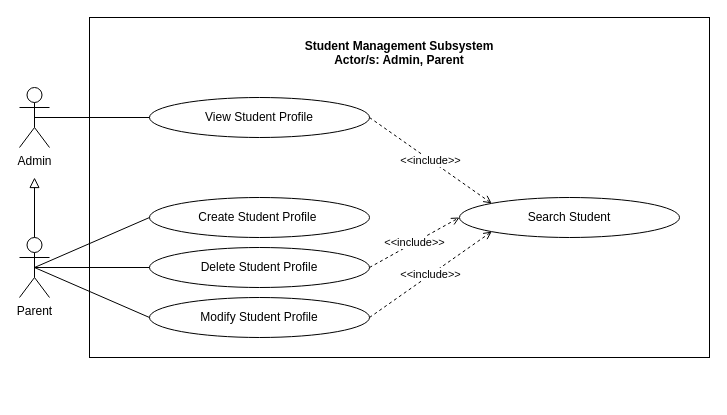
Earlier version of the draw.io diagram page "SMS" (1 of 10) of REVISIONS/UML-DIAGRAMS/6-28-2021/USE CASE/use case.drawio (mrklglsn/CAPSTONE-FILES). Source tidied: cells renumbered, new cells numbered last; positions are measured from the earlier drawing's top-left corner, leaving out a move shared by most shapes. Both pictures are drawn from the tidied source at 100%, with x=0, y=0 at pixel (19, 17).
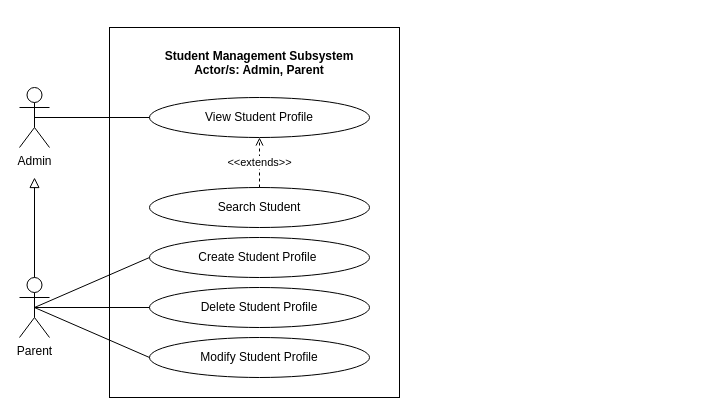
The same page after the edit.

Diff of the diagram source:
```diff
@@
 <mxGraphModel>
   <root>
     <mxCell id="0" />
     <mxCell id="1" parent="0" />
     <mxCell id="2" style="html=1;fillColor=none;" parent="1" vertex="1">
-      <mxGeometry x="70" width="620" height="340" as="geometry" />
+      <mxGeometry x="90" y="10" width="290" height="370" as="geometry" />
     </mxCell>
     <mxCell id="3" style="edgeStyle=none;rounded=0;jumpStyle=arc;jumpSize=14;jettySize=auto;html=1;exitX=0.5;exitY=0.5;exitDx=0;exitDy=0;exitPerimeter=0;entryX=0;entryY=0.5;entryDx=0;entryDy=0;startArrow=none;startFill=0;endArrow=none;endFill=0;startSize=11;endSize=11;" parent="1" edge="1" source="7" target="11">
       <mxGeometry relative="1" as="geometry" />
     </mxCell>
     <mxCell id="4" style="edgeStyle=none;rounded=0;jumpStyle=arc;jumpSize=14;jettySize=auto;html=1;exitX=0.5;exitY=0.5;exitDx=0;exitDy=0;exitPerimeter=0;entryX=0;entryY=0.5;entryDx=0;entryDy=0;startArrow=none;startFill=0;endArrow=none;endFill=0;startSize=11;endSize=11;" parent="1" edge="1" source="7" target="15">
       <mxGeometry relative="1" as="geometry" />
     </mxCell>
     <mxCell id="5" style="edgeStyle=none;rounded=0;jettySize=auto;html=1;exitX=0.5;exitY=0.5;exitDx=0;exitDy=0;exitPerimeter=0;entryX=0;entryY=0.5;entryDx=0;entryDy=0;endArrow=none;endFill=0;" parent="1" edge="1" source="7" target="17">
       <mxGeometry relative="1" as="geometry" />
     </mxCell>
     <mxCell id="6" style="edgeStyle=none;rounded=0;jumpStyle=arc;jumpSize=10;jettySize=auto;html=1;endArrow=block;endFill=0;endSize=8;exitX=0.5;exitY=0;exitDx=0;exitDy=0;exitPerimeter=0;" parent="1" edge="1" source="7">
       <mxGeometry relative="1" as="geometry">
         <mxPoint x="15" y="160" as="targetPoint" />
       </mxGeometry>
     </mxCell>
     <mxCell id="7" value="Parent" style="shape=umlActor;verticalLabelPosition=bottom;verticalAlign=top;html=1;fillColor=none;" parent="1" vertex="1">
-      <mxGeometry y="220" width="30" height="60" as="geometry" />
+      <mxGeometry y="260" width="30" height="60" as="geometry" />
     </mxCell>
     <mxCell id="8" style="edgeStyle=none;rounded=0;jettySize=auto;html=1;exitX=0.5;exitY=0.5;exitDx=0;exitDy=0;exitPerimeter=0;entryX=0;entryY=0.5;entryDx=0;entryDy=0;endArrow=none;endFill=0;jumpStyle=arc;jumpSize=10;" parent="1" edge="1" source="9" target="13">
       <mxGeometry relative="1" as="geometry" />
     </mxCell>
     <mxCell id="9" value="Admin" style="shape=umlActor;verticalLabelPosition=bottom;verticalAlign=top;html=1;fillColor=none;" parent="1" vertex="1">
       <mxGeometry y="70" width="30" height="60" as="geometry" />
     </mxCell>
     <mxCell id="10" value="Student Management Subsystem&#10;Actor/s: Admin, Parent" style="text;align=center;fontStyle=1;verticalAlign=middle;spacingLeft=3;spacingRight=3;strokeColor=none;fillColor=none;" parent="1" vertex="1">
-      <mxGeometry x="220" y="20" width="320" height="30" as="geometry" />
+      <mxGeometry x="80" y="30" width="320" height="30" as="geometry" />
     </mxCell>
     <mxCell id="11" value="Create Student Profile&amp;nbsp;" style="ellipse;whiteSpace=wrap;html=1;fillColor=none;" parent="1" vertex="1">
-      <mxGeometry x="130" y="180" width="220" height="40" as="geometry" />
+      <mxGeometry x="130" y="220" width="220" height="40" as="geometry" />
     </mxCell>
-    <mxCell id="12" value="&amp;lt;&amp;lt;include&amp;gt;&amp;gt;" style="edgeStyle=none;rounded=0;jumpStyle=arc;jumpSize=10;jettySize=auto;html=1;exitX=1;exitY=0.5;exitDx=0;exitDy=0;entryX=0;entryY=0;entryDx=0;entryDy=0;dashed=1;endArrow=open;endFill=0;" parent="1" edge="1" source="13" target="18">
+    <mxCell id="12" value="&amp;lt;&amp;lt;extends&amp;gt;&amp;gt;" style="edgeStyle=none;rounded=0;jumpStyle=arc;jumpSize=10;jettySize=auto;html=1;exitX=0.5;exitY=0;exitDx=0;exitDy=0;entryX=0.5;entryY=1;entryDx=0;entryDy=0;dashed=1;endArrow=open;endFill=0;" parent="1" edge="1" source="18" target="13">
       <mxGeometry relative="1" as="geometry" />
     </mxCell>
     <mxCell id="13" value="View Student Profile" style="ellipse;whiteSpace=wrap;html=1;fillColor=none;" parent="1" vertex="1">
       <mxGeometry x="130" y="80" width="220" height="40" as="geometry" />
     </mxCell>
-    <mxCell id="14" value="&amp;lt;&amp;lt;include&amp;gt;&amp;gt;" style="edgeStyle=none;rounded=0;jumpStyle=arc;jumpSize=10;jettySize=auto;html=1;exitX=1;exitY=0.5;exitDx=0;exitDy=0;entryX=0;entryY=1;entryDx=0;entryDy=0;dashed=1;endArrow=open;endFill=0;" parent="1" edge="1" source="15" target="18">
-      <mxGeometry relative="1" as="geometry" />
-    </mxCell>
     <mxCell id="15" value="Modify Student Profile" style="ellipse;whiteSpace=wrap;html=1;fillColor=none;" parent="1" vertex="1">
-      <mxGeometry x="130" y="280" width="220" height="40" as="geometry" />
+      <mxGeometry x="130" y="320" width="220" height="40" as="geometry" />
     </mxCell>
-    <mxCell id="16" value="&amp;lt;&amp;lt;include&amp;gt;&amp;gt;" style="edgeStyle=none;rounded=0;jumpStyle=arc;jumpSize=10;jettySize=auto;html=1;exitX=1;exitY=0.5;exitDx=0;exitDy=0;entryX=0;entryY=0.5;entryDx=0;entryDy=0;dashed=1;endArrow=open;endFill=0;" parent="1" edge="1" source="17" target="18">
-      <mxGeometry relative="1" as="geometry" />
-    </mxCell>
     <mxCell id="17" value="Delete Student Profile" style="ellipse;whiteSpace=wrap;html=1;fillColor=none;" parent="1" vertex="1">
-      <mxGeometry x="130" y="230" width="220" height="40" as="geometry" />
+      <mxGeometry x="130" y="270" width="220" height="40" as="geometry" />
     </mxCell>
     <mxCell id="18" value="Search Student" style="ellipse;whiteSpace=wrap;html=1;fillColor=none;" parent="1" vertex="1">
-      <mxGeometry x="440" y="180" width="220" height="40" as="geometry" />
+      <mxGeometry x="130" y="170" width="220" height="40" as="geometry" />
     </mxCell>
   </root>
 </mxGraphModel>
```
